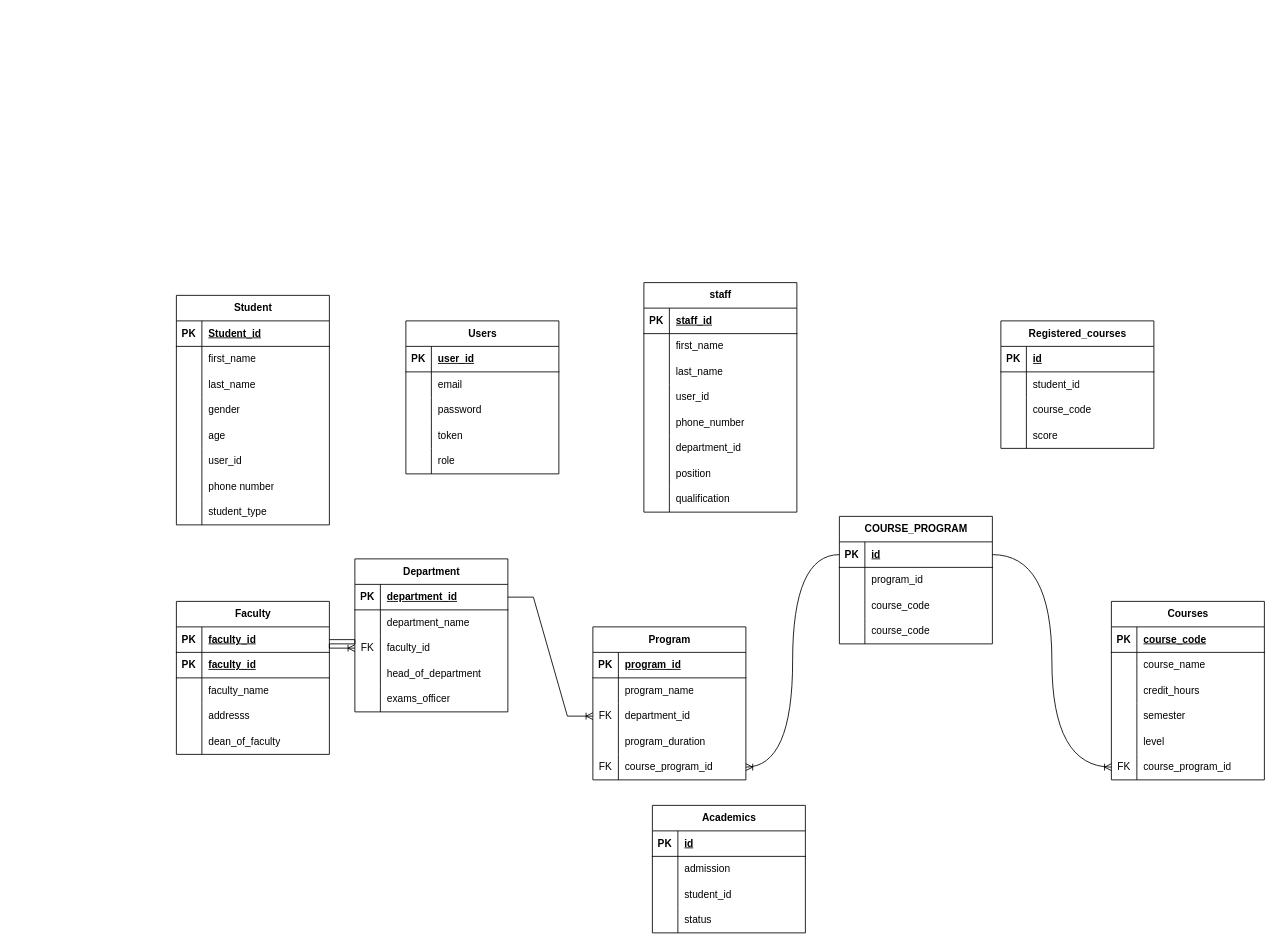
This is page "ER DIAGRAM" (1 of 2) of ER Diagram.drawio from ChetAmponsah-Manu3/eskills4job, a draw.io file, before an edit. Source tidied: cells renumbered, new cells numbered last; positions are measured from the earlier drawing's top-left corner, leaving out a move shared by most shapes. Both pictures are drawn from the tidied source at 85%, with x=0, y=0 at pixel (176, 282).
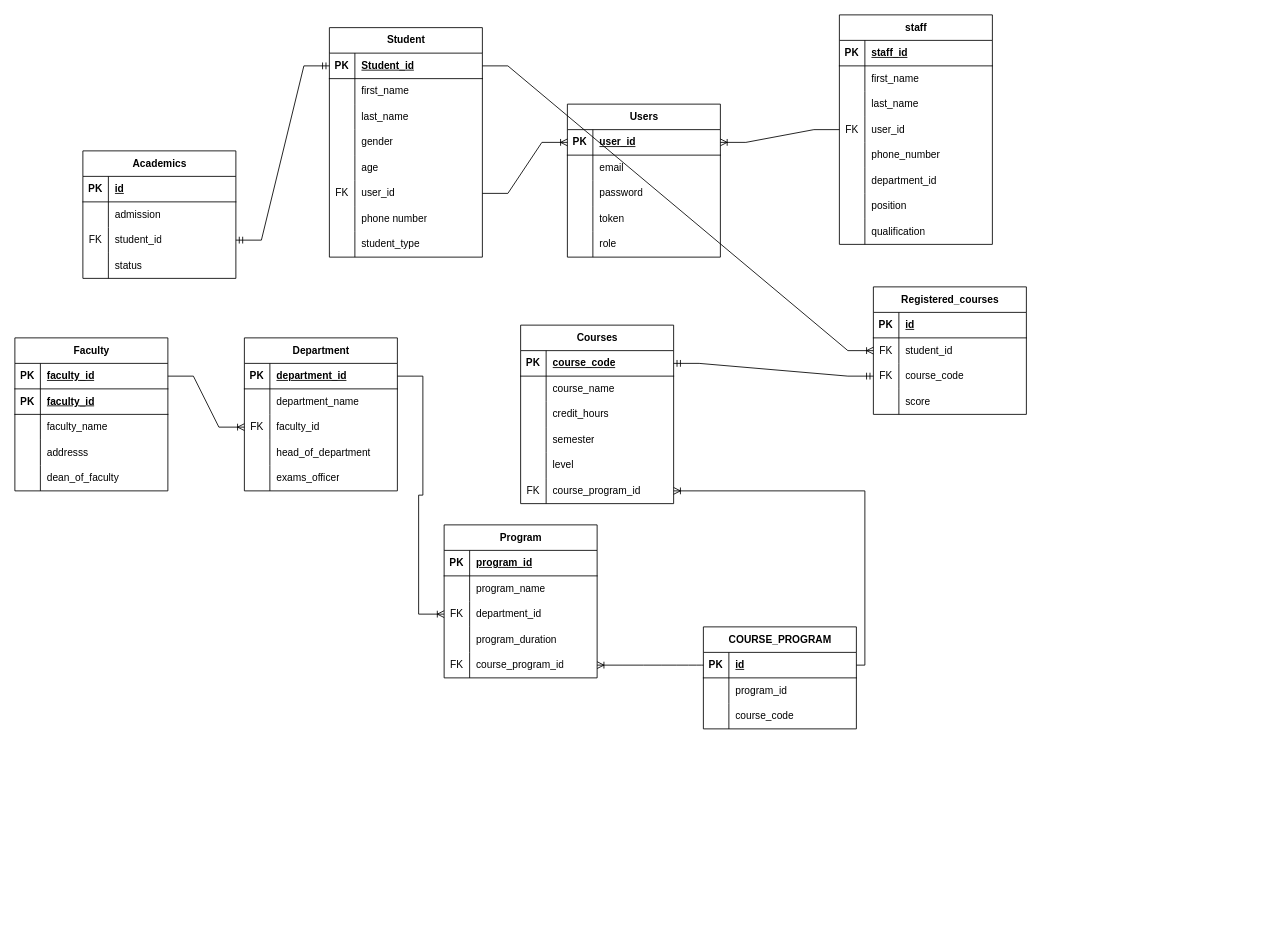
The same diagram, later.

The change refers to these unchanged cells:
```xml
<mxCell id="3" style="shape=tableRow;horizontal=0;startSize=0;swimlaneHead=0;swimlaneBody=0;fillColor=none;points=[[0,0.5],[1,0.5]];portConstraint=eastwest;top=0;left=0;right=0;bottom=1;" parent="2" vertex="1">
  <mxGeometry y="30" width="180" height="30" as="geometry" />
</mxCell>
<mxCell id="18" style="shape=tableRow;horizontal=0;startSize=0;swimlaneHead=0;swimlaneBody=0;fillColor=none;points=[[0,0.5],[1,0.5]];portConstraint=eastwest;top=0;left=0;right=0;bottom=0;" parent="2" vertex="1">
  <mxGeometry y="180" width="180" height="30" as="geometry" />
</mxCell>
<mxCell id="28" style="shape=tableRow;horizontal=0;startSize=0;swimlaneHead=0;swimlaneBody=0;fillColor=none;points=[[0,0.5],[1,0.5]];portConstraint=eastwest;top=0;left=0;right=0;bottom=1;" parent="27" vertex="1">
  <mxGeometry y="30" width="180" height="30" as="geometry" />
</mxCell>
<mxCell id="43" style="shape=tableRow;horizontal=0;startSize=0;swimlaneHead=0;swimlaneBody=0;fillColor=none;points=[[0,0.5],[1,0.5]];portConstraint=eastwest;top=0;left=0;right=0;bottom=0;" parent="27" vertex="1">
  <mxGeometry y="180" width="180" height="30" as="geometry" />
</mxCell>
<mxCell id="50" style="shape=tableRow;horizontal=0;startSize=0;swimlaneHead=0;swimlaneBody=0;fillColor=none;points=[[0,0.5],[1,0.5]];portConstraint=eastwest;top=0;left=0;right=0;bottom=0;" parent="46" vertex="1">
  <mxGeometry y="60" width="180" height="30" as="geometry" />
</mxCell>
<mxCell id="53" style="shape=tableRow;horizontal=0;startSize=0;swimlaneHead=0;swimlaneBody=0;fillColor=none;points=[[0,0.5],[1,0.5]];portConstraint=eastwest;top=0;left=0;right=0;bottom=0;" parent="46" vertex="1">
  <mxGeometry y="90" width="180" height="30" as="geometry" />
</mxCell>
<mxCell id="114" style="shape=tableRow;horizontal=0;startSize=0;swimlaneHead=0;swimlaneBody=0;fillColor=none;top=0;left=0;right=0;bottom=0;" parent="107" vertex="1">
  <mxGeometry y="90" width="180" height="30" as="geometry" />
</mxCell>
<mxCell id="130" style="shape=tableRow;horizontal=0;startSize=0;swimlaneHead=0;swimlaneBody=0;fillColor=none;points=[[0,0.5],[1,0.5]];portConstraint=eastwest;top=0;left=0;right=0;bottom=0;" parent="120" vertex="1">
  <mxGeometry y="120" width="180" height="30" as="geometry" />
</mxCell>
<mxCell id="146" style="shape=tableRow;horizontal=0;startSize=0;swimlaneHead=0;swimlaneBody=0;fillColor=none;points=[[0,0.5],[1,0.5]];portConstraint=eastwest;top=0;left=0;right=0;bottom=1;" parent="145" vertex="1">
  <mxGeometry y="30" width="180" height="30" as="geometry" />
</mxCell>
<mxCell id="164" style="shape=tableRow;horizontal=0;startSize=0;swimlaneHead=0;swimlaneBody=0;fillColor=none;points=[[0,0.5],[1,0.5]];portConstraint=eastwest;top=0;left=0;right=0;bottom=1;" parent="163" vertex="1">
  <mxGeometry y="30" width="180" height="30" as="geometry" />
</mxCell>
```

Change to the diagram source:
```diff
@@
     <mxCell id="2" value="Student" style="shape=table;startSize=30;childLayout=tableLayout;rowLines=0;fontStyle=1;align=center;html=1;" parent="1" vertex="1">
-      <mxGeometry y="15" width="180" height="270" as="geometry" />
+      <mxGeometry x="180" y="-300" width="180" height="270" as="geometry" />
     </mxCell>
@@
-    <mxCell id="19" style="shape=partialRectangle;fillColor=none;top=0;left=0;bottom=0;right=0;overflow=hidden;whiteSpace=wrap;html=1;" parent="18" vertex="1">
+    <mxCell id="19" value="FK" style="shape=partialRectangle;fillColor=none;top=0;left=0;bottom=0;right=0;overflow=hidden;whiteSpace=wrap;html=1;" parent="18" vertex="1">
       <mxGeometry width="30" height="30" as="geometry" />
     </mxCell>
@@
     <mxCell id="27" value="Courses" style="shape=table;startSize=30;childLayout=tableLayout;rowLines=0;fontStyle=1;align=center;html=1;" parent="1" vertex="1">
-      <mxGeometry x="1100" y="375" width="180" height="210" as="geometry" />
+      <mxGeometry x="405" y="50" width="180" height="210" as="geometry" />
     </mxCell>
@@
     <mxCell id="46" value="Registered_courses" style="shape=table;startSize=30;childLayout=tableLayout;rowLines=0;fontStyle=1;align=center;html=1;" parent="1" vertex="1">
-      <mxGeometry x="970" y="45" width="180" height="150" as="geometry" />
+      <mxGeometry x="820" y="5" width="180" height="150" as="geometry" />
     </mxCell>
@@
-    <mxCell id="51" style="shape=partialRectangle;fillColor=none;top=0;left=0;bottom=0;right=0;overflow=hidden;whiteSpace=wrap;html=1;" parent="50" vertex="1">
+    <mxCell id="51" value="FK" style="shape=partialRectangle;fillColor=none;top=0;left=0;bottom=0;right=0;overflow=hidden;whiteSpace=wrap;html=1;" parent="50" vertex="1">
       <mxGeometry width="30" height="30" as="geometry" />
     </mxCell>
@@
-    <mxCell id="54" style="shape=partialRectangle;fillColor=none;top=0;left=0;bottom=0;right=0;overflow=hidden;whiteSpace=wrap;html=1;" parent="53" vertex="1">
+    <mxCell id="54" value="FK" style="shape=partialRectangle;fillColor=none;top=0;left=0;bottom=0;right=0;overflow=hidden;whiteSpace=wrap;html=1;" parent="53" vertex="1">
       <mxGeometry width="30" height="30" as="geometry" />
     </mxCell>
@@
     <mxCell id="59" value="Department" style="shape=table;startSize=30;childLayout=tableLayout;rowLines=0;fontStyle=1;align=center;html=1;" parent="1" vertex="1">
-      <mxGeometry x="210" y="325" width="180" height="180" as="geometry" />
+      <mxGeometry x="80" y="65" width="180" height="180" as="geometry" />
     </mxCell>
@@
     <mxCell id="75" value="Faculty" style="shape=table;startSize=30;childLayout=tableLayout;rowLines=0;fontStyle=1;align=center;html=1;" parent="1" vertex="1">
-      <mxGeometry y="375" width="180" height="180" as="geometry" />
+      <mxGeometry x="-190" y="65" width="180" height="180" as="geometry" />
     </mxCell>
@@
     <mxCell id="91" value="Program" style="shape=table;startSize=30;childLayout=tableLayout;rowLines=0;fontStyle=1;align=center;html=1;" parent="1" vertex="1">
-      <mxGeometry x="490" y="405" width="180" height="180" as="geometry" />
+      <mxGeometry x="315" y="285" width="180" height="180" as="geometry" />
     </mxCell>
@@
     <mxCell id="107" value="Academics" style="shape=table;startSize=30;childLayout=tableLayout;rowLines=0;fontStyle=1;align=center;html=1;" parent="1" vertex="1">
-      <mxGeometry x="560" y="615" width="180" height="150" as="geometry" />
+      <mxGeometry x="-110" y="-155" width="180" height="150" as="geometry" />
     </mxCell>
@@
-    <mxCell id="115" style="shape=partialRectangle;fillColor=none;top=0;left=0;bottom=0;right=0;overflow=hidden;whiteSpace=wrap;html=1;" parent="114" vertex="1">
+    <mxCell id="115" value="FK" style="shape=partialRectangle;fillColor=none;top=0;left=0;bottom=0;right=0;overflow=hidden;whiteSpace=wrap;html=1;" parent="114" vertex="1">
       <mxGeometry width="30" height="30" as="geometry" />
     </mxCell>
@@
     <mxCell id="120" value="staff" style="shape=table;startSize=30;childLayout=tableLayout;rowLines=0;fontStyle=1;align=center;html=1;" parent="1" vertex="1">
-      <mxGeometry x="550" width="180" height="270" as="geometry" />
+      <mxGeometry x="780" y="-315" width="180" height="270" as="geometry" />
     </mxCell>
@@
-    <mxCell id="131" style="shape=partialRectangle;fillColor=none;top=0;left=0;bottom=0;right=0;overflow=hidden;whiteSpace=wrap;html=1;" parent="130" vertex="1">
+    <mxCell id="131" value="FK" style="shape=partialRectangle;fillColor=none;top=0;left=0;bottom=0;right=0;overflow=hidden;whiteSpace=wrap;html=1;" parent="130" vertex="1">
       <mxGeometry width="30" height="30" as="geometry" />
     </mxCell>
@@
     <mxCell id="145" value="Users" style="shape=table;startSize=30;childLayout=tableLayout;rowLines=0;fontStyle=1;align=center;html=1;" parent="1" vertex="1">
-      <mxGeometry x="270" y="45" width="180" height="180" as="geometry" />
+      <mxGeometry x="460" y="-210" width="180" height="180" as="geometry" />
     </mxCell>
@@
     <mxCell id="163" value="COURSE_PROGRAM" style="shape=table;startSize=30;childLayout=tableLayout;rowLines=0;fontStyle=1;align=center;html=1;" parent="1" vertex="1">
-      <mxGeometry x="780" y="275" width="180" height="150" as="geometry" />
+      <mxGeometry x="620" y="405" width="180" height="120" as="geometry" />
     </mxCell>
@@
-    <mxCell id="173" style="shape=tableRow;horizontal=0;startSize=0;swimlaneHead=0;swimlaneBody=0;fillColor=none;top=0;left=0;right=0;bottom=0;" parent="163" vertex="1">
-      <mxGeometry y="120" width="180" height="30" as="geometry" />
-    </mxCell>
-    <mxCell id="174" style="shape=partialRectangle;fillColor=none;top=0;left=0;bottom=0;right=0;overflow=hidden;whiteSpace=wrap;html=1;" parent="173" vertex="1">
-      <mxGeometry width="30" height="30" as="geometry" />
-    </mxCell>
-    <mxCell id="175" value="course_code" style="shape=partialRectangle;fillColor=none;top=0;left=0;bottom=0;right=0;align=left;spacingLeft=6;overflow=hidden;whiteSpace=wrap;html=1;" parent="173" vertex="1">
-      <mxGeometry x="30" width="150" height="30" as="geometry" />
-    </mxCell>
@@
+    <mxCell id="178" style="edgeStyle=entityRelationEdgeStyle;fontSize=12;html=1;endArrow=ERoneToMany;rounded=0;entryX=1;entryY=0.5;entryDx=0;entryDy=0;exitX=0;exitY=0.5;exitDx=0;exitDy=0;" parent="1" edge="1" source="130" target="146">
+      <mxGeometry relative="1" as="geometry" />
+    </mxCell>
+    <mxCell id="179" style="edgeStyle=entityRelationEdgeStyle;fontSize=12;html=1;endArrow=ERoneToMany;rounded=0;exitX=1;exitY=0.5;exitDx=0;exitDy=0;entryX=0;entryY=0.5;entryDx=0;entryDy=0;" parent="1" edge="1" source="18" target="146">
+      <mxGeometry relative="1" as="geometry" />
+    </mxCell>
+    <mxCell id="180" style="edgeStyle=entityRelationEdgeStyle;fontSize=12;html=1;endArrow=ERmandOne;startArrow=ERmandOne;rounded=0;entryX=0;entryY=0.5;entryDx=0;entryDy=0;" parent="1" edge="1" target="3">
+      <mxGeometry relative="1" as="geometry">
+        <mxPoint x="70" y="-50" as="sourcePoint" />
+        <Array as="points">
+          <mxPoint x="-50" y="-100" />
+        </Array>
+      </mxGeometry>
+    </mxCell>
+    <mxCell id="181" style="edgeStyle=entityRelationEdgeStyle;fontSize=12;html=1;endArrow=ERoneToMany;rounded=0;entryX=0;entryY=0.5;entryDx=0;entryDy=0;" parent="1" edge="1" source="3" target="50">
+      <mxGeometry relative="1" as="geometry" />
+    </mxCell>
+    <mxCell id="182" style="edgeStyle=entityRelationEdgeStyle;fontSize=12;html=1;endArrow=ERmandOne;startArrow=ERmandOne;rounded=0;exitX=1;exitY=0.5;exitDx=0;exitDy=0;entryX=0;entryY=0.5;entryDx=0;entryDy=0;" parent="1" edge="1" source="28" target="53">
+      <mxGeometry relative="1" as="geometry" />
+    </mxCell>
-    <mxCell id="177" style="edgeStyle=orthogonalEdgeStyle;fontSize=12;html=1;endArrow=ERoneToMany;rounded=0;curved=1;exitX=1;exitY=0.5;exitDx=0;exitDy=0;" parent="1" edge="1" source="164" target="43">
+    <mxCell id="177" style="edgeStyle=orthogonalEdgeStyle;fontSize=12;html=1;endArrow=ERoneToMany;rounded=0;exitX=1;exitY=0.5;exitDx=0;exitDy=0;entryX=1;entryY=0.5;entryDx=0;entryDy=0;" parent="1" edge="1" source="164" target="43">
       <mxGeometry relative="1" as="geometry" />
     </mxCell>
```
